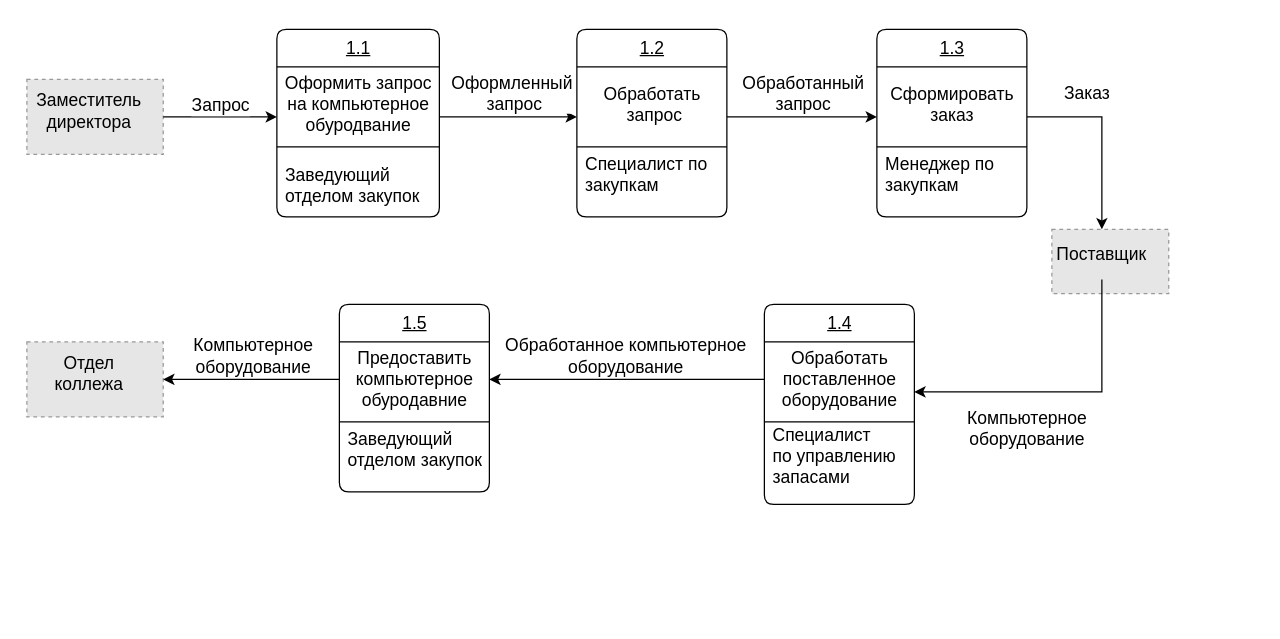
Earlier version of the draw.io diagram Documentation/Drawio/DFD.drawio (Houndrace/Computer_equipment_procurement_department_course_work). Source tidied: cells renumbered, new cells numbered last; positions are measured from the earlier drawing's top-left corner, leaving out a move shared by most shapes. Both pictures are drawn from the tidied source at 125%, with x=0, y=0 at pixel (26, 29). Pictures stored in the file or linked from it are replaced by grey dashed boxes.
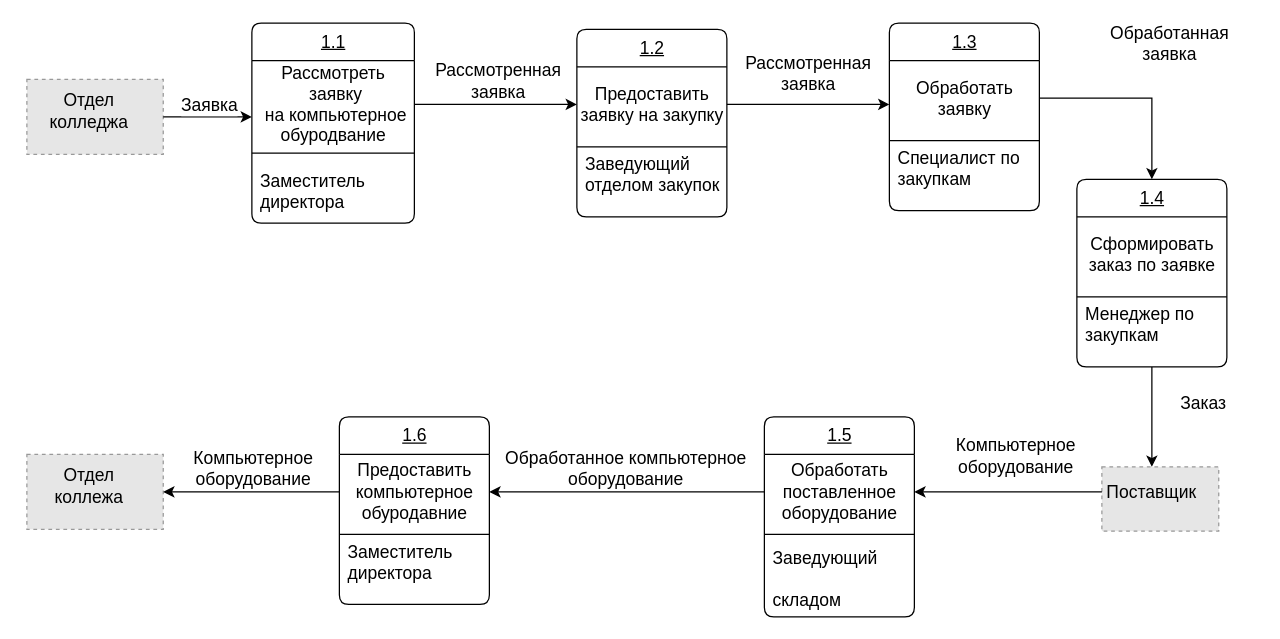
The same diagram, later.

The change refers to these unchanged cells:
```xml
<mxCell id="7" style="group;shadow=1;strokeWidth=1;fontSize=14;gradientColor=none;" parent="1" vertex="1">
  <mxGeometry y="40" width="120" height="70" as="geometry" />
</mxCell>
<mxCell id="10" style="edgeStyle=orthogonalEdgeStyle;rounded=0;jettySize=auto;html=1;fontSize=14;" parent="1" edge="1" source="8" target="3">
  <mxGeometry relative="1" as="geometry">
    <Array as="points">
      <mxPoint x="180" y="70" />
      <mxPoint x="180" y="70" />
    </Array>
  </mxGeometry>
</mxCell>
<mxCell id="15" style="fillColor=none;strokeColor=none;fontSize=14;" parent="14" vertex="1">
  <mxGeometry y="30" width="120" height="60" as="geometry" />
</mxCell>
<mxCell id="20" style="fillColor=none;strokeColor=none;fontSize=14;" parent="19" vertex="1">
  <mxGeometry y="30" width="120" height="60" as="geometry" />
</mxCell>
<mxCell id="23" value="Менеджер по &#10;закупкам&#10;" style="fillColor=none;strokeColor=none;align=left;verticalAlign=middle;spacingLeft=5;fontSize=14;" parent="19" vertex="1">
  <mxGeometry y="98" width="120" height="52" as="geometry" />
</mxCell>
<mxCell id="28" value="Поставщик" style="text;html=1;strokeColor=none;fillColor=none;align=center;verticalAlign=middle;whiteSpace=wrap;rounded=0;fontSize=14;" parent="26" vertex="1">
  <mxGeometry width="80" height="40" as="geometry" />
</mxCell>
<mxCell id="33" value="&lt;div&gt;Обработать&lt;/div&gt;&lt;div&gt;поставленное&lt;/div&gt;&lt;div&gt;оборудование&lt;/div&gt;" style="html=1;align=center;verticalAlign=middle;rounded=0;absoluteArcSize=1;arcSize=10;fontSize=14;strokeColor=none;opacity=0;" parent="32" vertex="1">
  <mxGeometry width="120" height="60" as="geometry" />
</mxCell>
<mxCell id="40" value="&lt;div&gt;Предоставить&lt;/div&gt;&lt;div&gt;компьютерное&lt;/div&gt;&lt;div&gt;обуродавние&lt;br&gt;&lt;/div&gt;" style="html=1;align=center;verticalAlign=middle;rounded=0;absoluteArcSize=1;arcSize=10;fontSize=14;strokeColor=none;opacity=0;" parent="39" vertex="1">
  <mxGeometry width="120" height="60" as="geometry" />
</mxCell>
```

Diff of the diagram source:
```diff
@@
     <mxCell id="2" value="1.1" style="swimlane;fontStyle=4;align=center;verticalAlign=top;horizontal=1;startSize=30;html=1;rounded=1;absoluteArcSize=1;arcSize=15;fontSize=14;" parent="1" vertex="1">
-      <mxGeometry x="200" width="130" height="150" as="geometry" />
+      <mxGeometry x="180" y="-5" width="130" height="160" as="geometry" />
     </mxCell>
     <mxCell id="3" style="fillColor=none;strokeColor=none;fontSize=14;" parent="2" vertex="1">
-      <mxGeometry y="30" width="130" height="60" as="geometry" />
+      <mxGeometry y="30" width="130" height="70" as="geometry" />
     </mxCell>
-    <mxCell id="4" value="&lt;div&gt;Оформить запрос&lt;/div&gt;&lt;div&gt;на компьютерное&lt;/div&gt;&lt;div&gt;обуродвание&lt;br&gt;&lt;/div&gt;" style="html=1;align=center;verticalAlign=middle;rounded=0;absoluteArcSize=1;arcSize=10;fontSize=14;strokeColor=none;opacity=0;" parent="3" vertex="1">
-      <mxGeometry width="130" height="60" as="geometry" />
+    <mxCell id="4" value="&lt;div&gt;Рассмотреть&lt;/div&gt;&lt;div&gt;&amp;nbsp;заявку&lt;/div&gt;&lt;div&gt;&amp;nbsp;на компьютерное&lt;/div&gt;&lt;div&gt;обуродвание&lt;br&gt;&lt;/div&gt;" style="html=1;align=center;verticalAlign=middle;rounded=0;absoluteArcSize=1;arcSize=10;fontSize=14;strokeColor=none;opacity=0;" parent="3" vertex="1">
+      <mxGeometry width="130" height="70" as="geometry" />
     </mxCell>
     <mxCell id="5" style="line;strokeWidth=1;fillColor=none;align=left;verticalAlign=middle;spacingTop=-1;spacingLeft=3;spacingRight=3;labelPosition=right;fontSize=14;" parent="2" vertex="1">
-      <mxGeometry y="90" width="130" height="8" as="geometry" />
+      <mxGeometry y="100" width="130" height="8" as="geometry" />
     </mxCell>
-    <mxCell id="6" value="Заведующий&#10;отделом закупок" style="fillColor=none;strokeColor=none;align=left;verticalAlign=middle;spacingLeft=5;fontSize=14;" parent="2" vertex="1">
-      <mxGeometry y="98" width="130" height="52" as="geometry" />
+    <mxCell id="6" value="Заместитель&#10;директора" style="fillColor=none;strokeColor=none;align=left;verticalAlign=middle;spacingLeft=5;fontSize=14;" parent="2" vertex="1">
+      <mxGeometry y="108" width="130" height="52" as="geometry" />
     </mxCell>
@@
-    <mxCell id="9" value="&lt;div&gt;Заместитель&lt;/div&gt;&lt;div&gt;директора&lt;br&gt;&lt;/div&gt;" style="text;html=1;strokeColor=none;fillColor=none;align=center;verticalAlign=middle;whiteSpace=wrap;rounded=0;fontSize=14;" parent="7" vertex="1">
+    <mxCell id="9" value="Отдел колледжа" style="text;html=1;strokeColor=none;fillColor=none;align=center;verticalAlign=middle;whiteSpace=wrap;rounded=0;fontSize=14;" parent="7" vertex="1">
       <mxGeometry width="100" height="50" as="geometry" />
     </mxCell>
@@
-    <mxCell id="11" value="Запрос" style="edgeLabel;html=1;align=center;verticalAlign=middle;fontSize=14;" parent="10" vertex="1">
+    <mxCell id="11" value="Заявка" style="edgeLabel;html=1;align=center;verticalAlign=middle;fontSize=14;" parent="10" vertex="1">
       <mxGeometry x="-0.15" y="-3" relative="1" as="geometry">
         <mxPoint x="6" y="-13" as="offset" />
       </mxGeometry>
     </mxCell>
-    <mxCell id="12" style="edgeStyle=orthogonalEdgeStyle;rounded=0;jettySize=auto;html=1;fontSize=14;" parent="1" edge="1" source="4" target="16">
-      <mxGeometry relative="1" as="geometry">
-        <Array as="points">
-          <mxPoint x="370" y="70" />
-          <mxPoint x="370" y="70" />
-        </Array>
-      </mxGeometry>
+    <mxCell id="12" style="edgeStyle=orthogonalEdgeStyle;rounded=0;jettySize=auto;html=1;fontSize=14;" parent="1" edge="1" source="4" target="52">
+      <mxGeometry relative="1" as="geometry" />
     </mxCell>
-    <mxCell id="13" value="&lt;div&gt;Оформленный&lt;/div&gt;&lt;div&gt;&amp;nbsp;запрос&lt;/div&gt;" style="edgeLabel;html=1;align=center;verticalAlign=middle;fontSize=14;" parent="12" vertex="1">
+    <mxCell id="13" value="&lt;div&gt;Рассмотренная&lt;/div&gt;&lt;div&gt;заявка&lt;br&gt;&lt;/div&gt;" style="edgeLabel;html=1;align=center;verticalAlign=middle;fontSize=14;" parent="12" vertex="1">
       <mxGeometry x="-0.16" y="1" relative="1" as="geometry">
         <mxPoint x="11" y="-19" as="offset" />
       </mxGeometry>
     </mxCell>
-    <mxCell id="14" value="1.2" style="swimlane;fontStyle=4;align=center;verticalAlign=top;horizontal=1;startSize=30;html=1;rounded=1;absoluteArcSize=1;arcSize=15;fontSize=14;" parent="1" vertex="1">
-      <mxGeometry x="440" width="120" height="150" as="geometry" />
+    <mxCell id="14" value="1.3" style="swimlane;fontStyle=4;align=center;verticalAlign=top;horizontal=1;startSize=30;html=1;rounded=1;absoluteArcSize=1;arcSize=15;fontSize=14;" parent="1" vertex="1">
+      <mxGeometry x="690" y="-5" width="120" height="150" as="geometry" />
     </mxCell>
@@
-    <mxCell id="16" value="&lt;div&gt;Обработать&lt;/div&gt;&lt;div&gt;&amp;nbsp;запрос&lt;/div&gt;" style="html=1;align=center;verticalAlign=middle;rounded=0;absoluteArcSize=1;arcSize=10;fontSize=14;strokeColor=none;opacity=0;" parent="15" vertex="1">
+    <mxCell id="16" value="&lt;div&gt;Обработать&lt;/div&gt;&lt;div&gt;заявку&lt;br&gt;&lt;/div&gt;" style="html=1;align=center;verticalAlign=middle;rounded=0;absoluteArcSize=1;arcSize=10;fontSize=14;strokeColor=none;opacity=0;" parent="15" vertex="1">
       <mxGeometry width="120" height="60" as="geometry" />
     </mxCell>
@@
-    <mxCell id="19" value="1.3" style="swimlane;fontStyle=4;align=center;verticalAlign=top;horizontal=1;startSize=30;html=1;rounded=1;absoluteArcSize=1;arcSize=15;fontSize=14;" parent="1" vertex="1">
-      <mxGeometry x="680" width="120" height="150" as="geometry" />
+    <mxCell id="19" value="1.4" style="swimlane;fontStyle=4;align=center;verticalAlign=top;horizontal=1;startSize=30;html=1;rounded=1;absoluteArcSize=1;arcSize=15;fontSize=14;" parent="1" vertex="1">
+      <mxGeometry x="840" y="120" width="120" height="150" as="geometry" />
     </mxCell>
@@
-    <mxCell id="21" value="&lt;div&gt;Сформировать&lt;/div&gt;&lt;div&gt;заказ&lt;br&gt;&lt;/div&gt;" style="html=1;align=center;verticalAlign=middle;rounded=0;absoluteArcSize=1;arcSize=10;fontSize=14;strokeColor=none;opacity=0;" parent="20" vertex="1">
+    <mxCell id="21" value="&lt;div&gt;Сформировать&lt;/div&gt;&lt;div&gt;заказ по заявке&lt;br&gt;&lt;/div&gt;" style="html=1;align=center;verticalAlign=middle;rounded=0;absoluteArcSize=1;arcSize=10;fontSize=14;strokeColor=none;opacity=0;" parent="20" vertex="1">
       <mxGeometry width="120" height="60" as="geometry" />
     </mxCell>
@@
-    <mxCell id="24" style="edgeStyle=orthogonalEdgeStyle;rounded=0;jettySize=auto;html=1;fontSize=14;" parent="1" edge="1" source="16" target="21">
+    <mxCell id="24" style="edgeStyle=orthogonalEdgeStyle;rounded=0;jettySize=auto;html=1;fontSize=14;entryX=0.5;entryY=0;entryDx=0;entryDy=0;" parent="1" edge="1" source="16" target="19">
       <mxGeometry relative="1" as="geometry">
         <Array as="points">
-          <mxPoint x="610" y="70" />
-          <mxPoint x="610" y="70" />
+          <mxPoint x="900" y="55" />
         </Array>
       </mxGeometry>
     </mxCell>
-    <mxCell id="25" value="&lt;div&gt;Обработанный&lt;/div&gt;&lt;div&gt;запрос&lt;br&gt;&lt;/div&gt;" style="edgeLabel;html=1;align=center;verticalAlign=middle;fontSize=14;" parent="24" vertex="1">
+    <mxCell id="25" value="&lt;div&gt;Обработанная&lt;/div&gt;&lt;div&gt;заявка&lt;/div&gt;" style="edgeLabel;html=1;align=center;verticalAlign=middle;fontSize=14;" parent="24" vertex="1">
       <mxGeometry x="-0.17" y="1" relative="1" as="geometry">
-        <mxPoint x="10" y="-19" as="offset" />
+        <mxPoint x="39" y="-44" as="offset" />
       </mxGeometry>
     </mxCell>
     <mxCell id="26" style="group;shadow=1;strokeWidth=1;fontSize=14;gradientColor=none;" parent="1" vertex="1">
-      <mxGeometry x="820" y="160" width="120" height="70" as="geometry" />
+      <mxGeometry x="860" y="350" width="120" height="70" as="geometry" />
     </mxCell>
@@
-    <mxCell id="29" style="edgeStyle=orthogonalEdgeStyle;rounded=0;jettySize=auto;html=1;fontSize=14;" parent="1" edge="1" source="21" target="28">
+    <mxCell id="29" style="edgeStyle=orthogonalEdgeStyle;rounded=0;jettySize=auto;html=1;fontSize=14;exitX=0.5;exitY=1;exitDx=0;exitDy=0;" parent="1" edge="1" source="23" target="28">
       <mxGeometry relative="1" as="geometry">
         <Array as="points">
-          <mxPoint x="860" y="70" />
+          <mxPoint x="900" y="280" />
+          <mxPoint x="900" y="280" />
         </Array>
       </mxGeometry>
     </mxCell>
     <mxCell id="30" value="Заказ" style="edgeLabel;html=1;align=center;verticalAlign=middle;fontSize=14;" parent="29" vertex="1">
       <mxGeometry x="-0.47" y="2" relative="1" as="geometry">
-        <mxPoint x="7" y="-18" as="offset" />
+        <mxPoint x="38" y="7" as="offset" />
       </mxGeometry>
     </mxCell>
-    <mxCell id="31" value="1.4" style="swimlane;fontStyle=4;align=center;verticalAlign=top;horizontal=1;startSize=30;html=1;rounded=1;absoluteArcSize=1;arcSize=15;fontSize=14;" parent="1" vertex="1">
-      <mxGeometry x="590" y="220" width="120" height="160" as="geometry" />
+    <mxCell id="31" value="1.5" style="swimlane;fontStyle=4;align=center;verticalAlign=top;horizontal=1;startSize=30;html=1;rounded=1;absoluteArcSize=1;arcSize=15;fontSize=14;" parent="1" vertex="1">
+      <mxGeometry x="590" y="310" width="120" height="160" as="geometry" />
     </mxCell>
@@
-    <mxCell id="35" value="Специалист&#10;по управлению&#10;запасами&#10;" style="fillColor=none;strokeColor=none;align=left;verticalAlign=middle;spacingLeft=5;fontSize=14;" parent="31" vertex="1">
+    <mxCell id="35" value="Заведующий &#10;&#10;складом" style="fillColor=none;strokeColor=none;align=left;verticalAlign=middle;spacingLeft=5;fontSize=14;" parent="31" vertex="1">
       <mxGeometry y="98" width="120" height="62" as="geometry" />
     </mxCell>
     <mxCell id="36" style="edgeStyle=orthogonalEdgeStyle;rounded=0;jettySize=auto;html=1;fontSize=14;" parent="1" edge="1" source="28" target="33">
       <mxGeometry relative="1" as="geometry">
         <Array as="points">
-          <mxPoint x="860" y="290" />
+          <mxPoint x="780" y="370" />
+          <mxPoint x="780" y="370" />
         </Array>
       </mxGeometry>
     </mxCell>
     <mxCell id="37" value="&lt;div&gt;Компьютерное&lt;/div&gt;&lt;div&gt;оборудование&lt;br&gt;&lt;/div&gt;" style="edgeLabel;html=1;align=center;verticalAlign=middle;fontSize=14;" parent="36" vertex="1">
       <mxGeometry x="0.36" y="1" relative="1" as="geometry">
-        <mxPoint x="12" y="27" as="offset" />
+        <mxPoint x="32" y="-31" as="offset" />
       </mxGeometry>
     </mxCell>
-    <mxCell id="38" value="1.5" style="swimlane;fontStyle=4;align=center;verticalAlign=top;horizontal=1;startSize=30;html=1;rounded=1;absoluteArcSize=1;arcSize=15;fontSize=14;" parent="1" vertex="1">
-      <mxGeometry x="250" y="220" width="120" height="150" as="geometry" />
+    <mxCell id="38" value="1.6" style="swimlane;fontStyle=4;align=center;verticalAlign=top;horizontal=1;startSize=30;html=1;rounded=1;absoluteArcSize=1;arcSize=15;fontSize=14;" parent="1" vertex="1">
+      <mxGeometry x="250" y="310" width="120" height="150" as="geometry" />
     </mxCell>
@@
-    <mxCell id="42" value="&#10;Заведующий&#10;отделом закупок&#10;&#10;" style="fillColor=none;strokeColor=none;align=left;verticalAlign=middle;spacingLeft=5;fontSize=14;" parent="38" vertex="1">
+    <mxCell id="42" value="Заместитель&#10;директора&#10;" style="fillColor=none;strokeColor=none;align=left;verticalAlign=middle;spacingLeft=5;fontSize=14;" parent="38" vertex="1">
       <mxGeometry y="98" width="120" height="52" as="geometry" />
     </mxCell>
     <mxCell id="43" style="edgeStyle=orthogonalEdgeStyle;rounded=0;jettySize=auto;html=1;fontSize=14;" parent="1" edge="1" source="33" target="40">
       <mxGeometry relative="1" as="geometry">
         <Array as="points">
-          <mxPoint x="610" y="290" />
-          <mxPoint x="610" y="290" />
+          <mxPoint x="610" y="380" />
+          <mxPoint x="610" y="380" />
         </Array>
       </mxGeometry>
     </mxCell>
@@
     <mxCell id="45" style="group;shadow=1;strokeWidth=1;fontSize=14;gradientColor=none;" parent="1" vertex="1">
-      <mxGeometry y="250" width="120" height="70" as="geometry" />
+      <mxGeometry y="340" width="120" height="70" as="geometry" />
     </mxCell>
@@
+    <mxCell id="50" value="1.2" style="swimlane;fontStyle=4;align=center;verticalAlign=top;horizontal=1;startSize=30;html=1;rounded=1;absoluteArcSize=1;arcSize=15;fontSize=14;" parent="1" vertex="1">
+      <mxGeometry x="440" width="120" height="150" as="geometry" />
+    </mxCell>
+    <mxCell id="51" style="fillColor=none;strokeColor=none;fontSize=14;" parent="50" vertex="1">
+      <mxGeometry y="30" width="120" height="60" as="geometry" />
+    </mxCell>
+    <mxCell id="52" value="&lt;div&gt;Предоставить&lt;/div&gt;&lt;div&gt;заявку на закупку&lt;br&gt;&lt;/div&gt;" style="html=1;align=center;verticalAlign=middle;rounded=0;absoluteArcSize=1;arcSize=10;fontSize=14;strokeColor=none;opacity=0;" parent="51" vertex="1">
+      <mxGeometry width="120" height="60" as="geometry" />
+    </mxCell>
+    <mxCell id="53" style="line;strokeWidth=1;fillColor=none;align=left;verticalAlign=middle;spacingTop=-1;spacingLeft=3;spacingRight=3;labelPosition=right;fontSize=14;" parent="50" vertex="1">
+      <mxGeometry y="90" width="120" height="8" as="geometry" />
+    </mxCell>
+    <mxCell id="54" value="Заведующий&#10;отделом закупок&#10;" style="fillColor=none;strokeColor=none;align=left;verticalAlign=middle;spacingLeft=5;fontSize=14;" parent="50" vertex="1">
+      <mxGeometry y="98" width="120" height="52" as="geometry" />
+    </mxCell>
+    <mxCell id="55" style="edgeStyle=orthogonalEdgeStyle;rounded=0;jettySize=auto;html=1;" parent="1" edge="1" source="52" target="16">
+      <mxGeometry relative="1" as="geometry">
+        <Array as="points">
+          <mxPoint x="580" y="60" />
+          <mxPoint x="580" y="60" />
+        </Array>
+      </mxGeometry>
+    </mxCell>
+    <mxCell id="56" value="&lt;div&gt;Рассмотренная&lt;/div&gt;&lt;div&gt;заявка&lt;br&gt;&lt;/div&gt;" style="edgeLabel;html=1;align=center;verticalAlign=middle;fontSize=14;" parent="1" vertex="1">
+      <mxGeometry x="610" y="20" as="geometry">
+        <mxPoint x="14" y="14" as="offset" />
+      </mxGeometry>
+    </mxCell>
```
